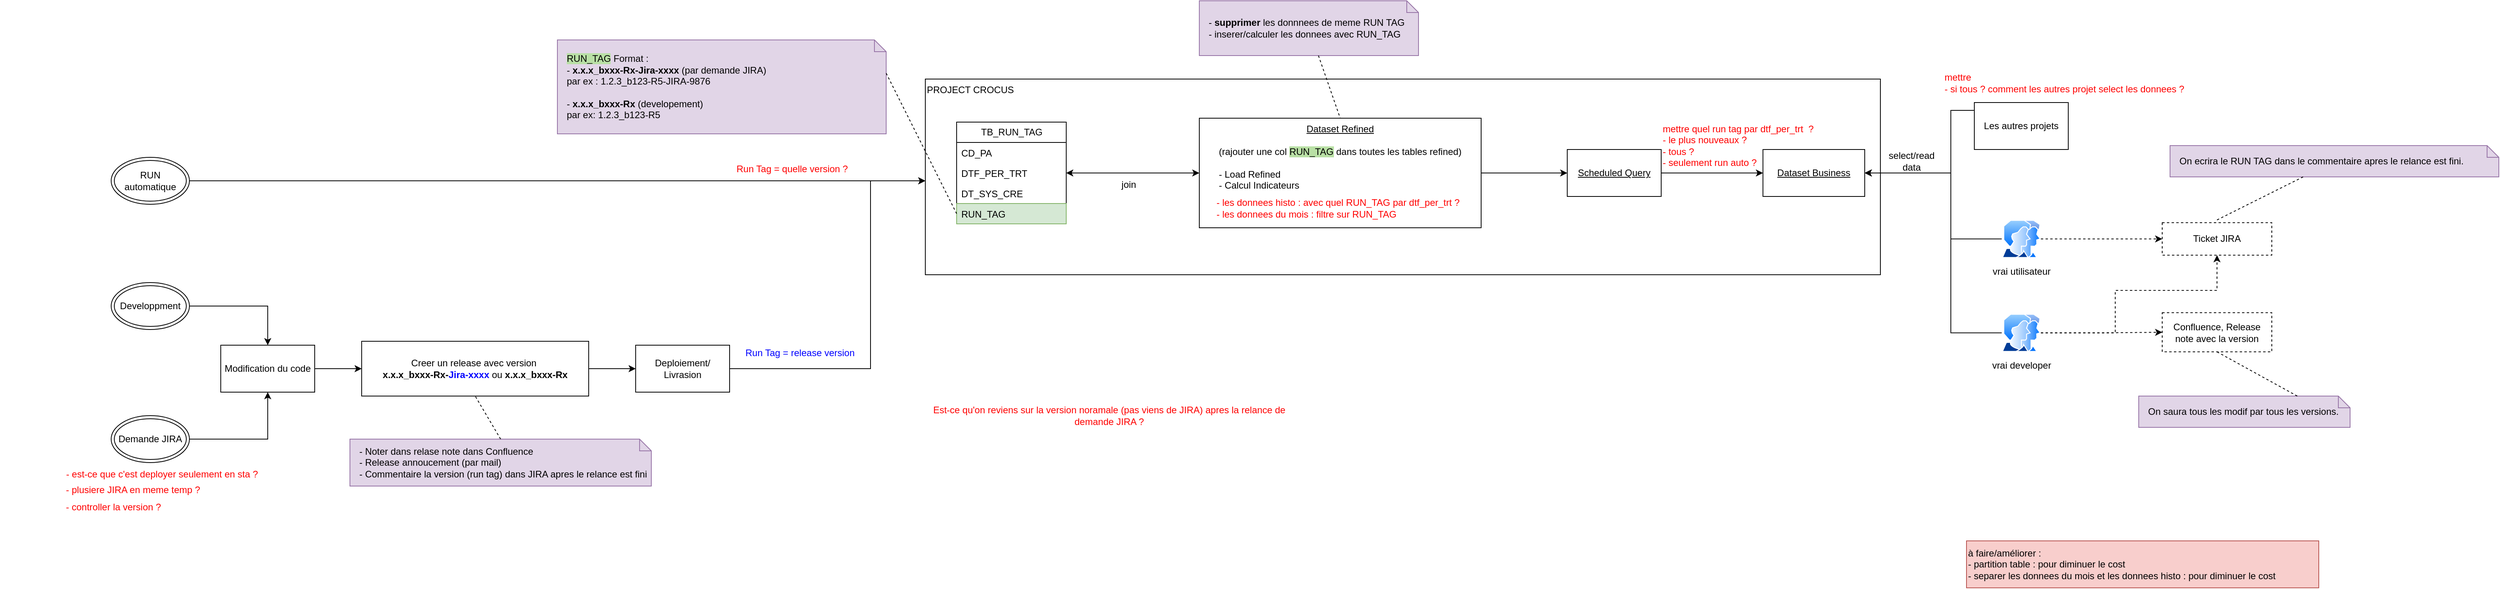
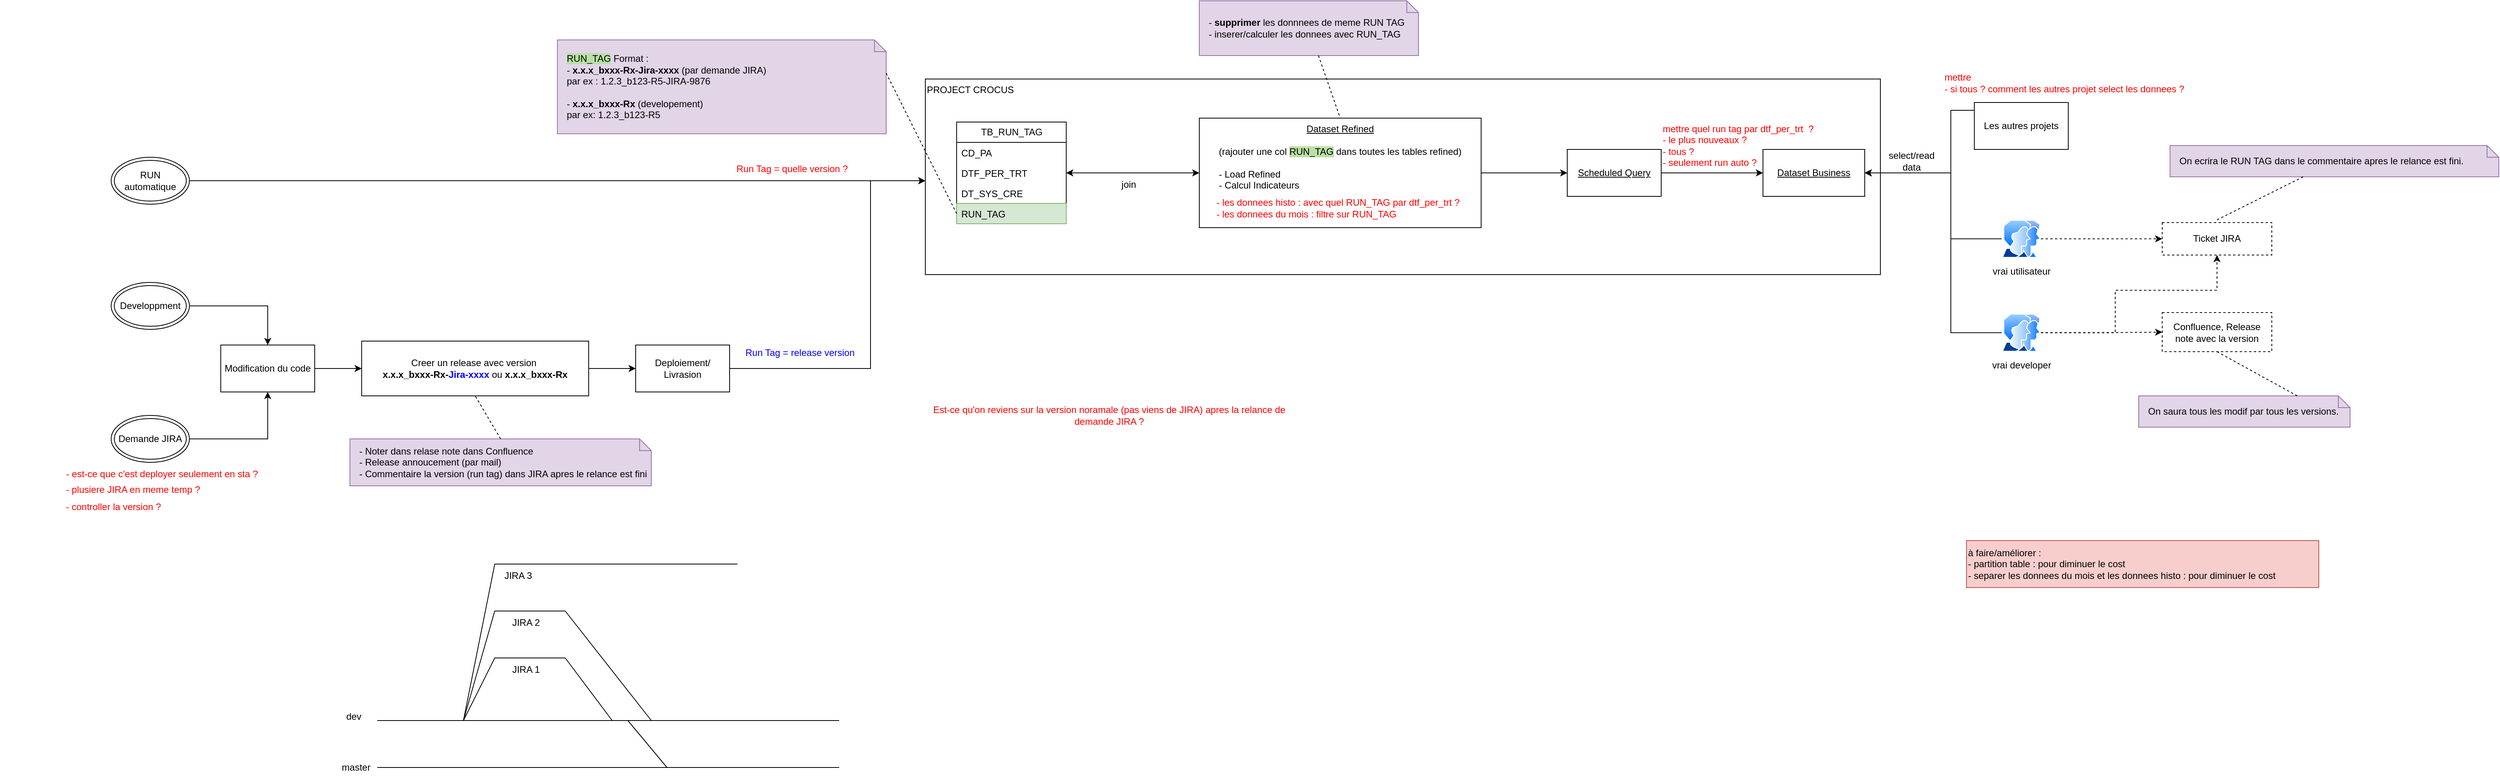
<mxfile host="app.diagrams.net">
  <diagram name="Page-1" id="bEAYSmEDHXBXhFzCy1HB">
    <mxGraphModel dx="2873" dy="1106" grid="1" gridSize="10" guides="1" tooltips="1" connect="1" arrows="1" fold="1" page="1" pageScale="1" pageWidth="827" pageHeight="1169" math="0" shadow="0">
      <root>
        <mxCell id="0" />
        <mxCell id="1" parent="0" />
        <mxCell id="QUzsFoNl6aFI_2ed8XXq-13" parent="1" style="rounded=0;whiteSpace=wrap;html=1;align=left;verticalAlign=top;" value="PROJECT CROCUS" vertex="1">
          <mxGeometry height="250" width="1220" x="380" y="140" as="geometry" />
        </mxCell>
        <mxCell id="QUzsFoNl6aFI_2ed8XXq-1" parent="1" style="swimlane;fontStyle=0;childLayout=stackLayout;horizontal=1;startSize=26;fillColor=none;horizontalStack=0;resizeParent=1;resizeParentMax=0;resizeLast=0;collapsible=1;marginBottom=0;html=1;" value="TB_RUN_TAG" vertex="1">
          <mxGeometry height="130" width="140" x="420" y="195" as="geometry" />
        </mxCell>
        <mxCell id="QUzsFoNl6aFI_2ed8XXq-2" parent="QUzsFoNl6aFI_2ed8XXq-1" style="text;strokeColor=none;fillColor=none;align=left;verticalAlign=top;spacingLeft=4;spacingRight=4;overflow=hidden;rotatable=0;points=[[0,0.5],[1,0.5]];portConstraint=eastwest;whiteSpace=wrap;html=1;" value="CD_PA" vertex="1">
          <mxGeometry height="26" width="140" y="26" as="geometry" />
        </mxCell>
        <mxCell id="QUzsFoNl6aFI_2ed8XXq-3" parent="QUzsFoNl6aFI_2ed8XXq-1" style="text;strokeColor=none;fillColor=none;align=left;verticalAlign=top;spacingLeft=4;spacingRight=4;overflow=hidden;rotatable=0;points=[[0,0.5],[1,0.5]];portConstraint=eastwest;whiteSpace=wrap;html=1;" value="DTF_PER_TRT" vertex="1">
          <mxGeometry height="26" width="140" y="52" as="geometry" />
        </mxCell>
        <mxCell id="QUzsFoNl6aFI_2ed8XXq-4" parent="QUzsFoNl6aFI_2ed8XXq-1" style="text;strokeColor=none;fillColor=none;align=left;verticalAlign=top;spacingLeft=4;spacingRight=4;overflow=hidden;rotatable=0;points=[[0,0.5],[1,0.5]];portConstraint=eastwest;whiteSpace=wrap;html=1;" value="DT_SYS_CRE" vertex="1">
          <mxGeometry height="26" width="140" y="78" as="geometry" />
        </mxCell>
        <mxCell id="QUzsFoNl6aFI_2ed8XXq-5" parent="QUzsFoNl6aFI_2ed8XXq-1" style="text;strokeColor=#82b366;fillColor=#d5e8d4;align=left;verticalAlign=top;spacingLeft=4;spacingRight=4;overflow=hidden;rotatable=0;points=[[0,0.5],[1,0.5]];portConstraint=eastwest;whiteSpace=wrap;html=1;" value="RUN_TAG" vertex="1">
          <mxGeometry height="26" width="140" y="104" as="geometry" />
        </mxCell>
        <mxCell id="QUzsFoNl6aFI_2ed8XXq-7" parent="1" style="shape=note;size=15;align=left;spacingLeft=10;html=1;whiteSpace=wrap;fillColor=#e1d5e7;strokeColor=#9673a6;" value="&lt;span style=&quot;background-color: rgb(185, 224, 165);&quot;&gt;RUN_TAG&lt;/span&gt; Format :&amp;nbsp;&lt;div&gt;- &lt;b&gt;x.x.x_bxxx-Rx-Jira-xxxx&lt;/b&gt; (par demande JIRA)&amp;nbsp;&lt;/div&gt;&lt;div&gt;par ex : 1.2.3_b123-R5-JIRA-9876&lt;/div&gt;&lt;div&gt;&lt;br&gt;&lt;/div&gt;&lt;div&gt;-&lt;b&gt; x.x.x_bxxx-Rx&lt;/b&gt; (developement)&lt;/div&gt;&lt;div&gt;&lt;span style=&quot;background-color: transparent; color: light-dark(rgb(0, 0, 0), rgb(255, 255, 255));&quot;&gt;par ex: 1.2.3_b123-R5&lt;/span&gt;&lt;/div&gt;" vertex="1">
          <mxGeometry height="120" width="420" x="-90" y="90" as="geometry" />
        </mxCell>
        <mxCell id="QUzsFoNl6aFI_2ed8XXq-8" edge="1" parent="1" source="QUzsFoNl6aFI_2ed8XXq-7" style="edgeStyle=none;endArrow=none;exitX=0;exitY=0;dashed=1;html=1;rounded=0;entryX=0;entryY=0.5;entryDx=0;entryDy=0;exitDx=420;exitDy=42.5;exitPerimeter=0;" target="QUzsFoNl6aFI_2ed8XXq-5" value="">
          <mxGeometry relative="1" x="1" as="geometry">
            <mxPoint x="590" y="660" as="targetPoint" />
          </mxGeometry>
        </mxCell>
        <mxCell id="QUzsFoNl6aFI_2ed8XXq-10" parent="1" style="rounded=0;whiteSpace=wrap;html=1;dashed=1;" value="Confluence, Release note avec la v&lt;span style=&quot;background-color: transparent; color: light-dark(rgb(0, 0, 0), rgb(255, 255, 255));&quot;&gt;ersion&lt;/span&gt;" vertex="1">
          <mxGeometry height="50" width="140" x="1960" y="438.5" as="geometry" />
        </mxCell>
        <mxCell id="QUzsFoNl6aFI_2ed8XXq-11" parent="1" style="rounded=0;whiteSpace=wrap;html=1;dashed=1;" value="Ticket JIRA" vertex="1">
          <mxGeometry height="41.5" width="140" x="1960" y="323.5" as="geometry" />
        </mxCell>
        <mxCell id="QUzsFoNl6aFI_2ed8XXq-42" edge="1" parent="1" source="QUzsFoNl6aFI_2ed8XXq-12" style="edgeStyle=orthogonalEdgeStyle;rounded=0;orthogonalLoop=1;jettySize=auto;html=1;entryX=1;entryY=0.5;entryDx=0;entryDy=0;startArrow=classic;startFill=1;" target="QUzsFoNl6aFI_2ed8XXq-3">
          <mxGeometry relative="1" as="geometry" />
        </mxCell>
        <mxCell id="QUzsFoNl6aFI_2ed8XXq-50" edge="1" parent="1" source="QUzsFoNl6aFI_2ed8XXq-12" style="edgeStyle=orthogonalEdgeStyle;rounded=0;orthogonalLoop=1;jettySize=auto;html=1;" target="QUzsFoNl6aFI_2ed8XXq-46">
          <mxGeometry relative="1" as="geometry">
            <Array as="points" />
          </mxGeometry>
        </mxCell>
        <mxCell id="QUzsFoNl6aFI_2ed8XXq-12" parent="1" style="rounded=0;whiteSpace=wrap;html=1;verticalAlign=top;" value="&lt;u&gt;Dataset Refined&lt;/u&gt;&lt;div&gt;&lt;u&gt;&lt;br&gt;&lt;/u&gt;&lt;div&gt;(rajouter une col &lt;span style=&quot;background-color: rgb(185, 224, 165);&quot;&gt;RUN_TAG&lt;/span&gt;&lt;span&gt; &lt;/span&gt;dans toutes les tables refined)&lt;/div&gt;&lt;div&gt;&lt;br&gt;&lt;/div&gt;&lt;div style=&quot;text-align: left;&quot;&gt;- Load Refined&amp;nbsp; &amp;nbsp; &amp;nbsp; &amp;nbsp;&lt;/div&gt;&lt;div style=&quot;text-align: left;&quot;&gt;- Calcul Indicateurs&lt;/div&gt;&lt;/div&gt;" vertex="1">
          <mxGeometry height="140" width="360" x="730" y="190" as="geometry" />
        </mxCell>
        <mxCell id="QUzsFoNl6aFI_2ed8XXq-27" edge="1" parent="1" source="QUzsFoNl6aFI_2ed8XXq-33" style="edgeStyle=orthogonalEdgeStyle;rounded=0;orthogonalLoop=1;jettySize=auto;html=1;entryX=0.5;entryY=0;entryDx=0;entryDy=0;" target="QUzsFoNl6aFI_2ed8XXq-23">
          <mxGeometry relative="1" as="geometry">
            <mxPoint x="-760" y="325" as="sourcePoint" />
          </mxGeometry>
        </mxCell>
        <mxCell id="QUzsFoNl6aFI_2ed8XXq-29" edge="1" parent="1" source="QUzsFoNl6aFI_2ed8XXq-34" style="edgeStyle=orthogonalEdgeStyle;rounded=0;orthogonalLoop=1;jettySize=auto;html=1;entryX=0.5;entryY=1;entryDx=0;entryDy=0;" target="QUzsFoNl6aFI_2ed8XXq-23">
          <mxGeometry relative="1" as="geometry">
            <mxPoint x="-820" y="785" as="sourcePoint" />
          </mxGeometry>
        </mxCell>
        <mxCell id="QUzsFoNl6aFI_2ed8XXq-19" parent="1" style="text;html=1;whiteSpace=wrap;strokeColor=none;fillColor=none;align=center;verticalAlign=middle;rounded=0;fontColor=#0000FF;" value="&lt;font style=&quot;color: rgb(255, 0, 0);&quot;&gt;Run Tag = quelle version ?&lt;/font&gt;" vertex="1">
          <mxGeometry height="30" width="200" x="110" y="240" as="geometry" />
        </mxCell>
        <mxCell id="QUzsFoNl6aFI_2ed8XXq-28" edge="1" parent="1" source="QUzsFoNl6aFI_2ed8XXq-23" style="edgeStyle=orthogonalEdgeStyle;rounded=0;orthogonalLoop=1;jettySize=auto;html=1;" target="QUzsFoNl6aFI_2ed8XXq-25">
          <mxGeometry relative="1" as="geometry" />
        </mxCell>
        <mxCell id="QUzsFoNl6aFI_2ed8XXq-23" parent="1" style="rounded=0;whiteSpace=wrap;html=1;" value="Modification du code" vertex="1">
          <mxGeometry height="60" width="120" x="-520" y="480" as="geometry" />
        </mxCell>
        <mxCell id="QUzsFoNl6aFI_2ed8XXq-31" edge="1" parent="1" source="QUzsFoNl6aFI_2ed8XXq-24" style="edgeStyle=orthogonalEdgeStyle;rounded=0;orthogonalLoop=1;jettySize=auto;html=1;" target="QUzsFoNl6aFI_2ed8XXq-13">
          <mxGeometry relative="1" as="geometry">
            <Array as="points">
              <mxPoint x="310" y="510" />
              <mxPoint x="310" y="270" />
            </Array>
          </mxGeometry>
        </mxCell>
        <mxCell id="QUzsFoNl6aFI_2ed8XXq-24" parent="1" style="rounded=0;whiteSpace=wrap;html=1;" value="Deploiement/ Livrasion" vertex="1">
          <mxGeometry height="60" width="120" x="10" y="480" as="geometry" />
        </mxCell>
        <mxCell id="QUzsFoNl6aFI_2ed8XXq-30" edge="1" parent="1" source="QUzsFoNl6aFI_2ed8XXq-25" style="edgeStyle=orthogonalEdgeStyle;rounded=0;orthogonalLoop=1;jettySize=auto;html=1;entryX=0;entryY=0.5;entryDx=0;entryDy=0;" target="QUzsFoNl6aFI_2ed8XXq-24">
          <mxGeometry relative="1" as="geometry" />
        </mxCell>
        <mxCell id="QUzsFoNl6aFI_2ed8XXq-25" parent="1" style="rounded=0;whiteSpace=wrap;html=1;" value="Creer un release avec version&amp;nbsp;&lt;div&gt;&lt;span style=&quot;text-align: left;&quot;&gt;&lt;b&gt;x.x.x_bxxx-Rx-&lt;font style=&quot;color: rgb(0, 0, 255);&quot;&gt;Jira-xxxx&lt;/font&gt;&lt;/b&gt; ou&amp;nbsp;&lt;/span&gt;&lt;span style=&quot;text-align: left;&quot;&gt;&lt;b&gt;x.x.x_bxxx-Rx&lt;/b&gt;&lt;/span&gt;&lt;/div&gt;" vertex="1">
          <mxGeometry height="70" width="290" x="-340" y="475" as="geometry" />
        </mxCell>
        <mxCell id="QUzsFoNl6aFI_2ed8XXq-33" parent="1" style="ellipse;shape=doubleEllipse;whiteSpace=wrap;html=1;" value="Developpment" vertex="1">
          <mxGeometry height="60" width="100" x="-660" y="400" as="geometry" />
        </mxCell>
        <mxCell id="QUzsFoNl6aFI_2ed8XXq-34" parent="1" style="ellipse;shape=doubleEllipse;whiteSpace=wrap;html=1;" value="Demande JIRA" vertex="1">
          <mxGeometry height="60" width="100" x="-660" y="570" as="geometry" />
        </mxCell>
        <mxCell id="QUzsFoNl6aFI_2ed8XXq-36" edge="1" parent="1" source="QUzsFoNl6aFI_2ed8XXq-35" style="edgeStyle=orthogonalEdgeStyle;rounded=0;orthogonalLoop=1;jettySize=auto;html=1;" target="QUzsFoNl6aFI_2ed8XXq-13">
          <mxGeometry relative="1" as="geometry">
            <Array as="points">
              <mxPoint x="40" y="270" />
              <mxPoint x="40" y="270" />
            </Array>
          </mxGeometry>
        </mxCell>
        <mxCell id="QUzsFoNl6aFI_2ed8XXq-35" parent="1" style="ellipse;shape=doubleEllipse;whiteSpace=wrap;html=1;" value="RUN automatique" vertex="1">
          <mxGeometry height="60" width="100" x="-660" y="240" as="geometry" />
        </mxCell>
        <mxCell id="QUzsFoNl6aFI_2ed8XXq-37" parent="1" style="text;html=1;whiteSpace=wrap;strokeColor=none;fillColor=none;align=center;verticalAlign=middle;rounded=0;fontColor=#0000FF;" value="Run Tag = release version" vertex="1">
          <mxGeometry height="30" width="200" x="120" y="475" as="geometry" />
        </mxCell>
        <mxCell id="QUzsFoNl6aFI_2ed8XXq-38" parent="1" style="shape=note;size=15;align=left;spacingLeft=10;html=1;whiteSpace=wrap;fillColor=#e1d5e7;strokeColor=#9673a6;" value="- Noter dans relase note dans Confluence&lt;div&gt;- Release annoucement (par mail)&lt;/div&gt;&lt;div&gt;- Commentaire la version (run tag) dans JIRA apres le relance est fini&lt;/div&gt;" vertex="1">
          <mxGeometry height="60" width="385" x="-355" y="600" as="geometry" />
        </mxCell>
        <mxCell id="QUzsFoNl6aFI_2ed8XXq-39" edge="1" parent="1" source="QUzsFoNl6aFI_2ed8XXq-38" style="edgeStyle=none;endArrow=none;exitX=0.5;exitY=0;dashed=1;html=1;rounded=0;entryX=0.5;entryY=1;entryDx=0;entryDy=0;exitDx=0;exitDy=0;exitPerimeter=0;" target="QUzsFoNl6aFI_2ed8XXq-25" value="">
          <mxGeometry relative="1" x="1" as="geometry">
            <mxPoint x="710" y="660" as="sourcePoint" />
            <mxPoint x="762" y="510" as="targetPoint" />
          </mxGeometry>
        </mxCell>
        <mxCell id="QUzsFoNl6aFI_2ed8XXq-40" parent="1" style="shape=note;size=15;align=left;spacingLeft=10;html=1;whiteSpace=wrap;fillColor=#e1d5e7;strokeColor=#9673a6;" value="- &lt;b&gt;supprimer &lt;/b&gt;les donnnees de meme RUN TAG&lt;div&gt;- inserer/calculer les donnees avec RUN_TAG&lt;/div&gt;" vertex="1">
          <mxGeometry height="70" width="280" x="730" y="40" as="geometry" />
        </mxCell>
        <mxCell id="QUzsFoNl6aFI_2ed8XXq-41" edge="1" parent="1" source="QUzsFoNl6aFI_2ed8XXq-40" style="edgeStyle=none;endArrow=none;dashed=1;html=1;rounded=0;entryX=0.5;entryY=0;entryDx=0;entryDy=0;" target="QUzsFoNl6aFI_2ed8XXq-12" value="">
          <mxGeometry relative="1" x="1" as="geometry">
            <mxPoint x="720" y="650" as="sourcePoint" />
            <mxPoint x="772" y="500" as="targetPoint" />
          </mxGeometry>
        </mxCell>
        <mxCell id="QUzsFoNl6aFI_2ed8XXq-43" parent="1" style="text;html=1;whiteSpace=wrap;strokeColor=none;fillColor=none;align=left;verticalAlign=middle;rounded=0;" value="&lt;font style=&quot;color: rgb(255, 0, 0);&quot;&gt;- les donnees histo : avec quel RUN_TAG par dtf_per_trt ?&lt;/font&gt;&lt;div&gt;&lt;font style=&quot;color: rgb(255, 0, 0);&quot;&gt;- les donnees du mois : f&lt;/font&gt;&lt;span style=&quot;color: light-dark(rgb(255, 0, 0), rgb(255, 144, 144)); background-color: transparent;&quot;&gt;iltre sur RUN_TAG&lt;/span&gt;&lt;/div&gt;" vertex="1">
          <mxGeometry height="30" width="330" x="750" y="290" as="geometry" />
        </mxCell>
        <mxCell id="QUzsFoNl6aFI_2ed8XXq-45" parent="1" style="rounded=0;whiteSpace=wrap;html=1;" value="&lt;u&gt;Dataset Business&lt;/u&gt;" vertex="1">
          <mxGeometry height="60" width="130" x="1450" y="230" as="geometry" />
        </mxCell>
        <mxCell id="QUzsFoNl6aFI_2ed8XXq-48" edge="1" parent="1" source="QUzsFoNl6aFI_2ed8XXq-46" style="edgeStyle=orthogonalEdgeStyle;rounded=0;orthogonalLoop=1;jettySize=auto;html=1;" target="QUzsFoNl6aFI_2ed8XXq-45">
          <mxGeometry relative="1" as="geometry" />
        </mxCell>
        <mxCell id="QUzsFoNl6aFI_2ed8XXq-46" parent="1" style="rounded=0;whiteSpace=wrap;html=1;" value="&lt;u&gt;Scheduled Query&lt;/u&gt;" vertex="1">
          <mxGeometry height="60" width="120" x="1200" y="230" as="geometry" />
        </mxCell>
        <mxCell id="QUzsFoNl6aFI_2ed8XXq-51" parent="1" style="text;html=1;whiteSpace=wrap;strokeColor=none;fillColor=none;align=left;verticalAlign=middle;rounded=0;fontColor=#FF0000;" value="mettre quel run tag par dtf_per_trt&amp;nbsp;&amp;nbsp;?&amp;nbsp;&lt;div&gt;- le plus nouveaux ?&lt;/div&gt;&lt;div&gt;- tous ?&lt;/div&gt;&lt;div&gt;- seulement run auto ?&lt;/div&gt;" vertex="1">
          <mxGeometry height="30" width="370" x="1320" y="210" as="geometry" />
        </mxCell>
        <mxCell id="QUzsFoNl6aFI_2ed8XXq-59" edge="1" parent="1" source="QUzsFoNl6aFI_2ed8XXq-52" style="edgeStyle=orthogonalEdgeStyle;rounded=0;orthogonalLoop=1;jettySize=auto;html=1;entryX=1;entryY=0.5;entryDx=0;entryDy=0;" target="QUzsFoNl6aFI_2ed8XXq-45">
          <mxGeometry relative="1" as="geometry">
            <Array as="points">
              <mxPoint x="1690" y="180" />
              <mxPoint x="1690" y="260" />
            </Array>
          </mxGeometry>
        </mxCell>
        <mxCell id="QUzsFoNl6aFI_2ed8XXq-52" parent="1" style="rounded=0;whiteSpace=wrap;html=1;" value="Les autres projets" vertex="1">
          <mxGeometry height="60" width="120" x="1720" y="170" as="geometry" />
        </mxCell>
        <mxCell id="QUzsFoNl6aFI_2ed8XXq-58" edge="1" parent="1" source="QUzsFoNl6aFI_2ed8XXq-57" style="edgeStyle=orthogonalEdgeStyle;rounded=0;orthogonalLoop=1;jettySize=auto;html=1;entryX=1;entryY=0.5;entryDx=0;entryDy=0;" target="QUzsFoNl6aFI_2ed8XXq-45">
          <mxGeometry relative="1" as="geometry">
            <Array as="points">
              <mxPoint x="1690" y="344" />
              <mxPoint x="1690" y="260" />
            </Array>
          </mxGeometry>
        </mxCell>
        <mxCell id="QUzsFoNl6aFI_2ed8XXq-65" edge="1" parent="1" source="QUzsFoNl6aFI_2ed8XXq-57" style="edgeStyle=orthogonalEdgeStyle;rounded=0;orthogonalLoop=1;jettySize=auto;html=1;dashed=1;" target="QUzsFoNl6aFI_2ed8XXq-11">
          <mxGeometry relative="1" as="geometry" />
        </mxCell>
        <mxCell id="QUzsFoNl6aFI_2ed8XXq-57" parent="1" style="image;aspect=fixed;perimeter=ellipsePerimeter;html=1;align=center;shadow=0;dashed=0;spacingTop=3;image=img/lib/active_directory/user_accounts.svg;" value="vrai utilisateur" vertex="1">
          <mxGeometry height="48.5" width="50" x="1755" y="320" as="geometry" />
        </mxCell>
        <mxCell id="QUzsFoNl6aFI_2ed8XXq-60" parent="1" style="text;html=1;whiteSpace=wrap;strokeColor=none;fillColor=none;align=center;verticalAlign=middle;rounded=0;" value="select/read data" vertex="1">
          <mxGeometry height="30" width="60" x="1610" y="230" as="geometry" />
        </mxCell>
        <mxCell id="QUzsFoNl6aFI_2ed8XXq-63" edge="1" parent="1" source="QUzsFoNl6aFI_2ed8XXq-62" style="edgeStyle=orthogonalEdgeStyle;rounded=0;orthogonalLoop=1;jettySize=auto;html=1;entryX=1;entryY=0.5;entryDx=0;entryDy=0;" target="QUzsFoNl6aFI_2ed8XXq-45">
          <mxGeometry relative="1" as="geometry">
            <Array as="points">
              <mxPoint x="1690" y="464" />
              <mxPoint x="1690" y="260" />
            </Array>
          </mxGeometry>
        </mxCell>
        <mxCell id="QUzsFoNl6aFI_2ed8XXq-66" edge="1" parent="1" source="QUzsFoNl6aFI_2ed8XXq-62" style="edgeStyle=orthogonalEdgeStyle;rounded=0;orthogonalLoop=1;jettySize=auto;html=1;dashed=1;" target="QUzsFoNl6aFI_2ed8XXq-10">
          <mxGeometry relative="1" as="geometry" />
        </mxCell>
        <mxCell id="QUzsFoNl6aFI_2ed8XXq-68" edge="1" parent="1" source="QUzsFoNl6aFI_2ed8XXq-62" style="edgeStyle=orthogonalEdgeStyle;rounded=0;orthogonalLoop=1;jettySize=auto;html=1;entryX=0.5;entryY=1;entryDx=0;entryDy=0;dashed=1;" target="QUzsFoNl6aFI_2ed8XXq-11">
          <mxGeometry relative="1" as="geometry">
            <Array as="points">
              <mxPoint x="1900" y="464" />
              <mxPoint x="1900" y="410" />
              <mxPoint x="2030" y="410" />
            </Array>
          </mxGeometry>
        </mxCell>
        <mxCell id="QUzsFoNl6aFI_2ed8XXq-62" parent="1" style="image;aspect=fixed;perimeter=ellipsePerimeter;html=1;align=center;shadow=0;dashed=0;spacingTop=3;image=img/lib/active_directory/user_accounts.svg;" value="vrai developer" vertex="1">
          <mxGeometry height="48.5" width="50" x="1755" y="440" as="geometry" />
        </mxCell>
        <mxCell id="QUzsFoNl6aFI_2ed8XXq-69" parent="1" style="shape=note;size=15;align=left;spacingLeft=10;html=1;whiteSpace=wrap;fillColor=#e1d5e7;strokeColor=#9673a6;" value="On ecrira le RUN TAG dans le commentaire apres le relance est fini." vertex="1">
          <mxGeometry height="40" width="420" x="1970" y="225" as="geometry" />
        </mxCell>
        <mxCell id="QUzsFoNl6aFI_2ed8XXq-70" edge="1" parent="1" source="QUzsFoNl6aFI_2ed8XXq-69" style="edgeStyle=none;endArrow=none;dashed=1;html=1;rounded=0;" value="">
          <mxGeometry relative="1" x="1" as="geometry">
            <mxPoint x="970" y="210" as="sourcePoint" />
            <mxPoint x="2030" y="320" as="targetPoint" />
          </mxGeometry>
        </mxCell>
        <mxCell id="QUzsFoNl6aFI_2ed8XXq-71" parent="1" style="shape=note;size=15;align=left;spacingLeft=10;html=1;whiteSpace=wrap;fillColor=#e1d5e7;strokeColor=#9673a6;" value="On saura tous les modif par tous les versions." vertex="1">
          <mxGeometry height="40" width="270" x="1930" y="545" as="geometry" />
        </mxCell>
        <mxCell id="QUzsFoNl6aFI_2ed8XXq-72" edge="1" parent="1" source="QUzsFoNl6aFI_2ed8XXq-71" style="edgeStyle=none;endArrow=none;dashed=1;html=1;rounded=0;entryX=0.5;entryY=1;entryDx=0;entryDy=0;exitX=0;exitY=0;exitDx=202.5;exitDy=0;exitPerimeter=0;" target="QUzsFoNl6aFI_2ed8XXq-10" value="">
          <mxGeometry relative="1" x="1" as="geometry">
            <mxPoint x="2180" y="470" as="sourcePoint" />
            <mxPoint x="2070" y="525" as="targetPoint" />
          </mxGeometry>
        </mxCell>
        <mxCell id="QUzsFoNl6aFI_2ed8XXq-73" parent="1" style="text;html=1;whiteSpace=wrap;strokeColor=none;fillColor=none;align=left;verticalAlign=middle;rounded=0;fontColor=#FF0000;" value="mettre&amp;nbsp;&lt;div&gt;&lt;span style=&quot;background-color: transparent; color: light-dark(rgb(255, 0, 0), rgb(255, 144, 144));&quot;&gt;- si tous ? comment les autres projet select les donnees ?&lt;/span&gt;&lt;/div&gt;" vertex="1">
          <mxGeometry height="30" width="370" x="1680" y="130" as="geometry" />
        </mxCell>
        <mxCell id="QUzsFoNl6aFI_2ed8XXq-74" parent="1" style="rounded=0;whiteSpace=wrap;html=1;align=left;fillColor=#f8cecc;strokeColor=#b85450;" value="à faire/améliorer :&lt;div&gt;- partition table : pour diminuer le cost&lt;/div&gt;&lt;div&gt;- separer les donnees du mois et les donnees histo&amp;nbsp;&lt;span style=&quot;background-color: transparent; color: light-dark(rgb(0, 0, 0), rgb(255, 255, 255));&quot;&gt;: pour diminuer le cost&lt;/span&gt;&lt;/div&gt;" vertex="1">
          <mxGeometry height="60" width="450" x="1710" y="730" as="geometry" />
        </mxCell>
        <mxCell id="QUzsFoNl6aFI_2ed8XXq-76" parent="1" style="text;html=1;whiteSpace=wrap;strokeColor=none;fillColor=none;align=center;verticalAlign=middle;rounded=0;" value="join" vertex="1">
          <mxGeometry height="30" width="60" x="610" y="260" as="geometry" />
        </mxCell>
        <mxCell id="QUzsFoNl6aFI_2ed8XXq-77" parent="1" style="text;html=1;whiteSpace=wrap;strokeColor=none;fillColor=none;align=center;verticalAlign=middle;rounded=0;fontColor=#FF0000;" value="Est-ce qu&#39;on reviens sur la version noramale (pas viens de JIRA) apres la relance de demande JIRA ?" vertex="1">
          <mxGeometry height="30" width="470" x="380" y="555" as="geometry" />
        </mxCell>
        <mxCell id="QUzsFoNl6aFI_2ed8XXq-78" parent="1" style="text;html=1;whiteSpace=wrap;strokeColor=none;fillColor=none;align=center;verticalAlign=middle;rounded=0;fontColor=#FF0000;" value="- est-ce que c&#39;est deployer seulement en sta ?" vertex="1">
          <mxGeometry height="30" width="290" x="-740" y="630" as="geometry" />
        </mxCell>
        <mxCell id="QUzsFoNl6aFI_2ed8XXq-79" parent="1" style="text;html=1;whiteSpace=wrap;strokeColor=none;fillColor=none;align=center;verticalAlign=middle;rounded=0;fontColor=#FF0000;" value="- plusiere JIRA en meme temp ?" vertex="1">
          <mxGeometry height="30" width="290" x="-777" y="650" as="geometry" />
        </mxCell>
        <mxCell id="QUzsFoNl6aFI_2ed8XXq-80" parent="1" style="text;html=1;whiteSpace=wrap;strokeColor=none;fillColor=none;align=center;verticalAlign=middle;rounded=0;fontColor=#FF0000;" value="- controller la version ?" vertex="1">
          <mxGeometry height="30" width="290" x="-802" y="672" as="geometry" />
        </mxCell>
+         <mxCell id="QUzsFoNl6aFI_2ed8XXq-81" edge="1" parent="1" style="endArrow=none;html=1;rounded=0;" value="">
+           <mxGeometry height="50" relative="1" width="50" as="geometry">
+             <mxPoint x="-320" y="960" as="sourcePoint" />
+             <mxPoint x="270" y="960" as="targetPoint" />
+           </mxGeometry>
+         </mxCell>
+         <mxCell id="QUzsFoNl6aFI_2ed8XXq-83" edge="1" parent="1" style="endArrow=none;html=1;rounded=0;" value="">
+           <mxGeometry height="50" relative="1" width="50" as="geometry">
+             <Array as="points">
+               <mxPoint x="-170" y="880" />
+             </Array>
+             <mxPoint x="-210" y="960" as="sourcePoint" />
+             <mxPoint x="-80" y="880" as="targetPoint" />
+           </mxGeometry>
+         </mxCell>
+         <mxCell id="QUzsFoNl6aFI_2ed8XXq-84" parent="1" style="text;html=1;whiteSpace=wrap;strokeColor=none;fillColor=none;align=center;verticalAlign=middle;rounded=0;" value="dev" vertex="1">
+           <mxGeometry height="30" width="60" x="-380" y="940" as="geometry" />
+         </mxCell>
+         <mxCell id="QUzsFoNl6aFI_2ed8XXq-85" edge="1" parent="1" style="endArrow=none;html=1;rounded=0;" value="">
+           <mxGeometry height="50" relative="1" width="50" as="geometry">
+             <Array as="points">
+               <mxPoint x="-170" y="820" />
+             </Array>
+             <mxPoint x="-210" y="960" as="sourcePoint" />
+             <mxPoint x="-80" y="820" as="targetPoint" />
+           </mxGeometry>
+         </mxCell>
+         <mxCell id="QUzsFoNl6aFI_2ed8XXq-86" edge="1" parent="1" style="endArrow=none;html=1;rounded=0;" value="">
+           <mxGeometry height="50" relative="1" width="50" as="geometry">
+             <Array as="points">
+               <mxPoint x="-170" y="760" />
+             </Array>
+             <mxPoint x="-210" y="960" as="sourcePoint" />
+             <mxPoint x="140" y="760" as="targetPoint" />
+           </mxGeometry>
+         </mxCell>
+         <mxCell id="QUzsFoNl6aFI_2ed8XXq-87" parent="1" style="text;html=1;whiteSpace=wrap;strokeColor=none;fillColor=none;align=center;verticalAlign=middle;rounded=0;" value="JIRA 1" vertex="1">
+           <mxGeometry height="30" width="60" x="-160" y="880" as="geometry" />
+         </mxCell>
+         <mxCell id="QUzsFoNl6aFI_2ed8XXq-88" parent="1" style="text;html=1;whiteSpace=wrap;strokeColor=none;fillColor=none;align=center;verticalAlign=middle;rounded=0;" value="JIRA 2" vertex="1">
+           <mxGeometry height="30" width="60" x="-160" y="820" as="geometry" />
+         </mxCell>
+         <mxCell id="QUzsFoNl6aFI_2ed8XXq-89" parent="1" style="text;html=1;whiteSpace=wrap;strokeColor=none;fillColor=none;align=center;verticalAlign=middle;rounded=0;" value="JIRA 3" vertex="1">
+           <mxGeometry height="30" width="60" x="-170" y="760" as="geometry" />
+         </mxCell>
+         <mxCell id="QUzsFoNl6aFI_2ed8XXq-90" edge="1" parent="1" style="endArrow=none;html=1;rounded=0;" value="">
+           <mxGeometry height="50" relative="1" width="50" as="geometry">
+             <mxPoint x="-320" y="1020" as="sourcePoint" />
+             <mxPoint x="270" y="1020" as="targetPoint" />
+           </mxGeometry>
+         </mxCell>
+         <mxCell id="QUzsFoNl6aFI_2ed8XXq-91" parent="1" style="text;html=1;whiteSpace=wrap;strokeColor=none;fillColor=none;align=center;verticalAlign=middle;rounded=0;" value="master" vertex="1">
+           <mxGeometry height="30" width="60" x="-377" y="1005" as="geometry" />
+         </mxCell>
+         <mxCell id="QUzsFoNl6aFI_2ed8XXq-92" edge="1" parent="1" style="endArrow=none;html=1;rounded=0;" value="">
+           <mxGeometry height="50" relative="1" width="50" as="geometry">
+             <mxPoint x="-80" y="880" as="sourcePoint" />
+             <mxPoint x="-20" y="960" as="targetPoint" />
+           </mxGeometry>
+         </mxCell>
+         <mxCell id="QUzsFoNl6aFI_2ed8XXq-94" edge="1" parent="1" style="endArrow=none;html=1;rounded=0;" value="">
+           <mxGeometry height="50" relative="1" width="50" as="geometry">
+             <mxPoint x="-80" y="820" as="sourcePoint" />
+             <mxPoint x="30" y="960" as="targetPoint" />
+           </mxGeometry>
+         </mxCell>
+         <mxCell id="QUzsFoNl6aFI_2ed8XXq-95" edge="1" parent="1" style="endArrow=none;html=1;rounded=0;" value="">
+           <mxGeometry height="50" relative="1" width="50" as="geometry">
+             <mxPoint y="960" as="sourcePoint" />
+             <mxPoint x="50" y="1020" as="targetPoint" />
+           </mxGeometry>
+         </mxCell>
      </root>
    </mxGraphModel>
  </diagram>
</mxfile>
